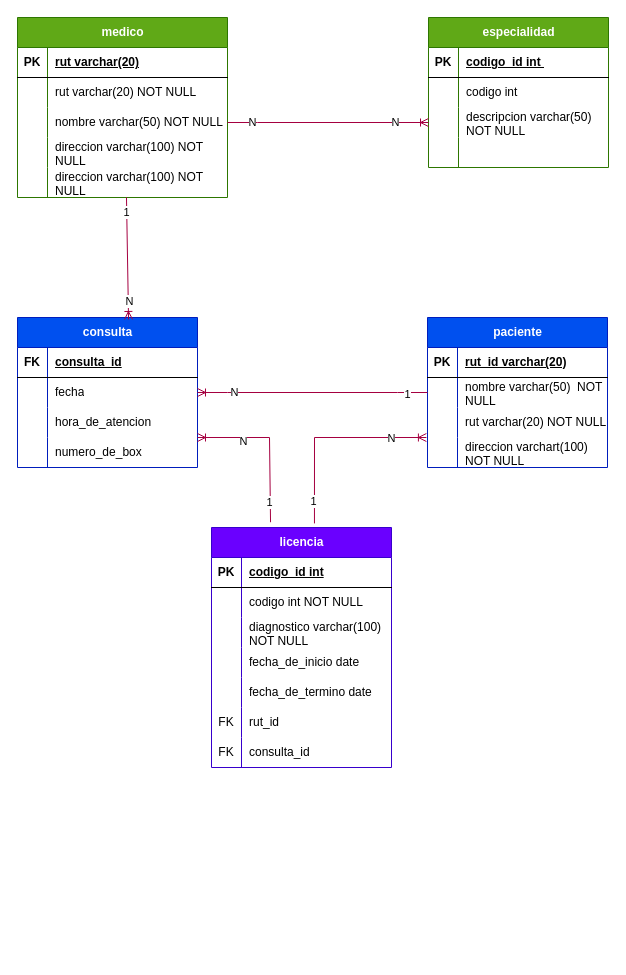
The draw.io diagram consultorio.drawio in negrovariant/prueba4sql, before the edit. Source tidied: cells renumbered, new cells numbered last; positions are measured from the earlier drawing's top-left corner, leaving out a move shared by most shapes. Both pictures are drawn from the tidied source at 100%, with x=0, y=0 at pixel (17, 17).
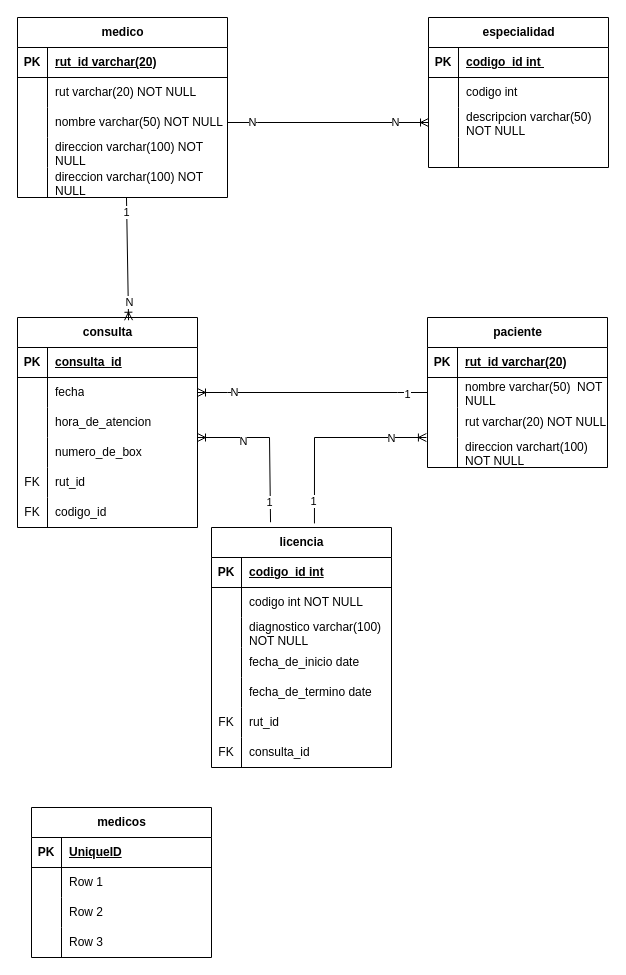
The same page after the edit.

Unchanged cells that the change refers to:
```xml
<mxCell id="3" style="shape=tableRow;horizontal=0;startSize=0;swimlaneHead=0;swimlaneBody=0;fillColor=none;top=0;left=0;right=0;bottom=1;" parent="2" vertex="1">
  <mxGeometry y="30" width="210" height="30" as="geometry" />
</mxCell>
<mxCell id="9" style="shape=tableRow;horizontal=0;startSize=0;swimlaneHead=0;swimlaneBody=0;fillColor=none;points=[[0,0.5],[1,0.5]];portConstraint=eastwest;top=0;left=0;right=0;bottom=0;" parent="2" vertex="1">
  <mxGeometry y="90" width="210" height="30" as="geometry" />
</mxCell>
<mxCell id="15" style="shape=tableRow;horizontal=0;startSize=0;swimlaneHead=0;swimlaneBody=0;fillColor=none;points=[[0,0.5],[1,0.5]];portConstraint=eastwest;top=0;left=0;right=0;bottom=0;" parent="2" vertex="1">
  <mxGeometry y="150" width="210" height="30" as="geometry" />
</mxCell>
<mxCell id="25" style="shape=tableRow;horizontal=0;startSize=0;swimlaneHead=0;swimlaneBody=0;fillColor=none;points=[[0,0.5],[1,0.5]];portConstraint=eastwest;top=0;left=0;right=0;bottom=0;" parent="18" vertex="1">
  <mxGeometry y="90" width="180" height="30" as="geometry" />
</mxCell>
<mxCell id="32" style="shape=tableRow;horizontal=0;startSize=0;swimlaneHead=0;swimlaneBody=0;fillColor=none;top=0;left=0;right=0;bottom=1;" parent="31" vertex="1">
  <mxGeometry y="30" width="180" height="30" as="geometry" />
</mxCell>
<mxCell id="35" style="shape=tableRow;horizontal=0;startSize=0;swimlaneHead=0;swimlaneBody=0;fillColor=none;points=[[0,0.5],[1,0.5]];portConstraint=eastwest;top=0;left=0;right=0;bottom=0;" parent="31" vertex="1">
  <mxGeometry y="60" width="180" height="30" as="geometry" />
</mxCell>
<mxCell id="48" style="shape=tableRow;horizontal=0;startSize=0;swimlaneHead=0;swimlaneBody=0;fillColor=none;points=[[0,0.5],[1,0.5]];portConstraint=eastwest;top=0;left=0;right=0;bottom=0;" parent="44" vertex="1">
  <mxGeometry y="60" width="180" height="30" as="geometry" />
</mxCell>
<mxCell id="54" style="shape=tableRow;horizontal=0;startSize=0;swimlaneHead=0;swimlaneBody=0;fillColor=none;points=[[0,0.5],[1,0.5]];portConstraint=eastwest;top=0;left=0;right=0;bottom=0;" parent="44" vertex="1">
  <mxGeometry y="120" width="180" height="30" as="geometry" />
</mxCell>
```

The edit, as a diff of the source:
```diff
@@
-    <mxCell id="2" value="medico" style="shape=table;startSize=30;childLayout=tableLayout;rowLines=0;fontStyle=1;align=center;html=1;fillColor=#60a917;fontColor=#ffffff;strokeColor=#2D7600;" parent="1" vertex="1">
+    <mxCell id="2" value="medico" style="shape=table;startSize=30;childLayout=tableLayout;rowLines=0;fontStyle=1;align=center;html=1;" parent="1" vertex="1">
       <mxGeometry width="210" height="180" as="geometry" />
     </mxCell>
@@
-    <mxCell id="5" value="rut varchar(20)" style="shape=partialRectangle;fillColor=none;top=0;left=0;bottom=0;right=0;align=left;spacingLeft=6;fontStyle=5;overflow=hidden;whiteSpace=wrap;html=1;" parent="3" vertex="1">
+    <mxCell id="5" value="rut_id varchar(20)" style="shape=partialRectangle;fillColor=none;top=0;left=0;bottom=0;right=0;align=left;spacingLeft=6;fontStyle=5;overflow=hidden;whiteSpace=wrap;html=1;" parent="3" vertex="1">
       <mxGeometry x="30" width="180" height="30" as="geometry" />
     </mxCell>
@@
-    <mxCell id="18" value="especialidad" style="shape=table;startSize=30;childLayout=tableLayout;rowLines=0;fontStyle=1;align=center;html=1;fillColor=#60a917;fontColor=#ffffff;strokeColor=#2D7600;" parent="1" vertex="1">
+    <mxCell id="18" value="especialidad" style="shape=table;startSize=30;childLayout=tableLayout;rowLines=0;fontStyle=1;align=center;html=1;" parent="1" vertex="1">
       <mxGeometry x="411" width="180" height="150" as="geometry" />
     </mxCell>
@@
-    <mxCell id="31" value="consulta" style="shape=table;startSize=30;childLayout=tableLayout;rowLines=0;fontStyle=1;align=center;html=1;fillColor=#0050ef;fontColor=#ffffff;strokeColor=#001DBC;" parent="1" vertex="1">
-      <mxGeometry y="300" width="180" height="150" as="geometry" />
+    <mxCell id="31" value="consulta" style="shape=table;startSize=30;childLayout=tableLayout;rowLines=0;fontStyle=1;align=center;html=1;" parent="1" vertex="1">
+      <mxGeometry y="300" width="180" height="210" as="geometry" />
     </mxCell>
@@
-    <mxCell id="33" value="FK" style="shape=partialRectangle;fillColor=none;top=0;left=0;bottom=0;right=0;fontStyle=1;overflow=hidden;whiteSpace=wrap;html=1;" parent="32" vertex="1">
+    <mxCell id="33" value="PK" style="shape=partialRectangle;fillColor=none;top=0;left=0;bottom=0;right=0;fontStyle=1;overflow=hidden;whiteSpace=wrap;html=1;" parent="32" vertex="1">
       <mxGeometry width="30" height="30" as="geometry" />
     </mxCell>
@@
+    <mxCell id="94" style="shape=tableRow;horizontal=0;startSize=0;swimlaneHead=0;swimlaneBody=0;fillColor=none;top=0;left=0;right=0;bottom=0;" parent="31" vertex="1">
+      <mxGeometry y="150" width="180" height="30" as="geometry" />
+    </mxCell>
+    <mxCell id="95" value="FK" style="shape=partialRectangle;fillColor=none;top=0;left=0;bottom=0;right=0;overflow=hidden;whiteSpace=wrap;html=1;" parent="94" vertex="1">
+      <mxGeometry width="30" height="30" as="geometry" />
+    </mxCell>
+    <mxCell id="96" value="rut_id" style="shape=partialRectangle;fillColor=none;top=0;left=0;bottom=0;right=0;align=left;spacingLeft=6;overflow=hidden;whiteSpace=wrap;html=1;" parent="94" vertex="1">
+      <mxGeometry x="30" width="150" height="30" as="geometry" />
+    </mxCell>
+    <mxCell id="97" style="shape=tableRow;horizontal=0;startSize=0;swimlaneHead=0;swimlaneBody=0;fillColor=none;top=0;left=0;right=0;bottom=0;" parent="31" vertex="1">
+      <mxGeometry y="180" width="180" height="30" as="geometry" />
+    </mxCell>
+    <mxCell id="98" value="FK" style="shape=partialRectangle;fillColor=none;top=0;left=0;bottom=0;right=0;overflow=hidden;whiteSpace=wrap;html=1;" parent="97" vertex="1">
+      <mxGeometry width="30" height="30" as="geometry" />
+    </mxCell>
+    <mxCell id="99" value="codigo_id" style="shape=partialRectangle;fillColor=none;top=0;left=0;bottom=0;right=0;align=left;spacingLeft=6;overflow=hidden;whiteSpace=wrap;html=1;" parent="97" vertex="1">
+      <mxGeometry x="30" width="150" height="30" as="geometry" />
+    </mxCell>
-    <mxCell id="44" value="paciente" style="shape=table;startSize=30;childLayout=tableLayout;rowLines=0;fontStyle=1;align=center;html=1;fillColor=#0050ef;fontColor=#ffffff;strokeColor=#001DBC;" parent="1" vertex="1">
+    <mxCell id="44" value="paciente" style="shape=table;startSize=30;childLayout=tableLayout;rowLines=0;fontStyle=1;align=center;html=1;" parent="1" vertex="1">
       <mxGeometry x="410" y="300" width="180" height="150" as="geometry" />
     </mxCell>
@@
-    <mxCell id="57" style="edgeStyle=entityRelationEdgeStyle;fontSize=12;html=1;endArrow=ERoneToMany;rounded=0;exitX=1;exitY=0.5;exitDx=0;exitDy=0;entryX=0;entryY=0.5;entryDx=0;entryDy=0;fillColor=#d80073;strokeColor=#A50040;" parent="1" edge="1" source="9" target="25">
+    <mxCell id="57" style="edgeStyle=entityRelationEdgeStyle;fontSize=12;html=1;endArrow=ERoneToMany;rounded=0;exitX=1;exitY=0.5;exitDx=0;exitDy=0;entryX=0;entryY=0.5;entryDx=0;entryDy=0;" parent="1" edge="1" source="9" target="25">
       <mxGeometry relative="1" as="geometry" />
     </mxCell>
@@
-    <mxCell id="60" style="edgeStyle=entityRelationEdgeStyle;fontSize=12;html=1;endArrow=ERoneToMany;rounded=0;exitX=0;exitY=0.5;exitDx=0;exitDy=0;entryX=1;entryY=0.5;entryDx=0;entryDy=0;fillColor=#d80073;strokeColor=#A50040;" parent="1" edge="1" source="48" target="35">
+    <mxCell id="60" style="edgeStyle=entityRelationEdgeStyle;fontSize=12;html=1;endArrow=ERoneToMany;rounded=0;exitX=0;exitY=0.5;exitDx=0;exitDy=0;entryX=1;entryY=0.5;entryDx=0;entryDy=0;" parent="1" edge="1" source="48" target="35">
       <mxGeometry relative="1" as="geometry" />
     </mxCell>
@@
-    <mxCell id="63" value="licencia" style="shape=table;startSize=30;childLayout=tableLayout;rowLines=0;fontStyle=1;align=center;html=1;fillColor=#6a00ff;fontColor=#ffffff;strokeColor=#3700CC;" parent="1" vertex="1">
+    <mxCell id="63" value="licencia" style="shape=table;startSize=30;childLayout=tableLayout;rowLines=0;fontStyle=1;align=center;html=1;" parent="1" vertex="1">
       <mxGeometry x="194" y="510" width="180" height="240" as="geometry" />
     </mxCell>
@@
-    <mxCell id="85" style="fontSize=12;html=1;endArrow=ERoneToMany;rounded=0;exitX=0.519;exitY=1;exitDx=0;exitDy=0;exitPerimeter=0;entryX=0.617;entryY=0.013;entryDx=0;entryDy=0;entryPerimeter=0;fillColor=#d80073;strokeColor=#A50040;" parent="1" edge="1" source="15" target="31">
+    <mxCell id="85" style="fontSize=12;html=1;endArrow=ERoneToMany;rounded=0;exitX=0.519;exitY=1;exitDx=0;exitDy=0;exitPerimeter=0;entryX=0.617;entryY=0.013;entryDx=0;entryDy=0;entryPerimeter=0;" parent="1" edge="1" source="15" target="31">
       <mxGeometry relative="1" as="geometry" />
     </mxCell>
@@
-    <mxCell id="88" style="fontSize=12;html=1;endArrow=ERoneToMany;rounded=0;entryX=-0.006;entryY=0;entryDx=0;entryDy=0;entryPerimeter=0;exitX=0.572;exitY=-0.017;exitDx=0;exitDy=0;exitPerimeter=0;fillColor=#d80073;strokeColor=#A50040;" parent="1" edge="1" source="63" target="54">
+    <mxCell id="88" style="fontSize=12;html=1;endArrow=ERoneToMany;rounded=0;entryX=-0.006;entryY=0;entryDx=0;entryDy=0;entryPerimeter=0;exitX=0.572;exitY=-0.017;exitDx=0;exitDy=0;exitPerimeter=0;" parent="1" edge="1" source="63" target="54">
       <mxGeometry relative="1" as="geometry">
         <Array as="points">
           <mxPoint x="297" y="420" />
         </Array>
       </mxGeometry>
     </mxCell>
@@
-    <mxCell id="91" style="fontSize=12;html=1;endArrow=ERoneToMany;rounded=0;entryX=0.328;entryY=-0.022;entryDx=0;entryDy=0;entryPerimeter=0;exitX=0.328;exitY=-0.022;exitDx=0;exitDy=0;exitPerimeter=0;fillColor=#d80073;strokeColor=#A50040;" parent="1" edge="1" source="63">
+    <mxCell id="91" style="fontSize=12;html=1;endArrow=ERoneToMany;rounded=0;entryX=0.328;entryY=-0.022;entryDx=0;entryDy=0;entryPerimeter=0;exitX=0.328;exitY=-0.022;exitDx=0;exitDy=0;exitPerimeter=0;" parent="1" edge="1" source="63">
       <mxGeometry relative="1" as="geometry">
         <mxPoint x="180" y="420" as="targetPoint" />
         <Array as="points">
           <mxPoint x="252" y="420" />
         </Array>
       </mxGeometry>
     </mxCell>
@@
+    <mxCell id="100" value="medicos" style="shape=table;startSize=30;childLayout=tableLayout;rowLines=0;fontStyle=1;align=center;html=1;" parent="1" vertex="1">
+      <mxGeometry x="14" y="790" width="180" height="150" as="geometry" />
+    </mxCell>
+    <mxCell id="101" style="shape=tableRow;horizontal=0;startSize=0;swimlaneHead=0;swimlaneBody=0;fillColor=none;top=0;left=0;right=0;bottom=1;" parent="100" vertex="1">
+      <mxGeometry y="30" width="180" height="30" as="geometry" />
+    </mxCell>
+    <mxCell id="102" value="PK" style="shape=partialRectangle;fillColor=none;top=0;left=0;bottom=0;right=0;fontStyle=1;overflow=hidden;whiteSpace=wrap;html=1;" parent="101" vertex="1">
+      <mxGeometry width="30" height="30" as="geometry" />
+    </mxCell>
+    <mxCell id="103" value="UniqueID" style="shape=partialRectangle;fillColor=none;top=0;left=0;bottom=0;right=0;align=left;spacingLeft=6;fontStyle=5;overflow=hidden;whiteSpace=wrap;html=1;" parent="101" vertex="1">
+      <mxGeometry x="30" width="150" height="30" as="geometry" />
+    </mxCell>
+    <mxCell id="104" style="shape=tableRow;horizontal=0;startSize=0;swimlaneHead=0;swimlaneBody=0;fillColor=none;top=0;left=0;right=0;bottom=0;" parent="100" vertex="1">
+      <mxGeometry y="60" width="180" height="30" as="geometry" />
+    </mxCell>
+    <mxCell id="105" style="shape=partialRectangle;fillColor=none;top=0;left=0;bottom=0;right=0;overflow=hidden;whiteSpace=wrap;html=1;" parent="104" vertex="1">
+      <mxGeometry width="30" height="30" as="geometry" />
+    </mxCell>
+    <mxCell id="106" value="Row 1" style="shape=partialRectangle;fillColor=none;top=0;left=0;bottom=0;right=0;align=left;spacingLeft=6;overflow=hidden;whiteSpace=wrap;html=1;" parent="104" vertex="1">
+      <mxGeometry x="30" width="150" height="30" as="geometry" />
+    </mxCell>
+    <mxCell id="107" style="shape=tableRow;horizontal=0;startSize=0;swimlaneHead=0;swimlaneBody=0;fillColor=none;top=0;left=0;right=0;bottom=0;" parent="100" vertex="1">
+      <mxGeometry y="90" width="180" height="30" as="geometry" />
+    </mxCell>
+    <mxCell id="108" style="shape=partialRectangle;fillColor=none;top=0;left=0;bottom=0;right=0;overflow=hidden;whiteSpace=wrap;html=1;" parent="107" vertex="1">
+      <mxGeometry width="30" height="30" as="geometry" />
+    </mxCell>
+    <mxCell id="109" value="Row 2" style="shape=partialRectangle;fillColor=none;top=0;left=0;bottom=0;right=0;align=left;spacingLeft=6;overflow=hidden;whiteSpace=wrap;html=1;" parent="107" vertex="1">
+      <mxGeometry x="30" width="150" height="30" as="geometry" />
+    </mxCell>
+    <mxCell id="110" style="shape=tableRow;horizontal=0;startSize=0;swimlaneHead=0;swimlaneBody=0;fillColor=none;top=0;left=0;right=0;bottom=0;" parent="100" vertex="1">
+      <mxGeometry y="120" width="180" height="30" as="geometry" />
+    </mxCell>
+    <mxCell id="111" style="shape=partialRectangle;fillColor=none;top=0;left=0;bottom=0;right=0;overflow=hidden;whiteSpace=wrap;html=1;" parent="110" vertex="1">
+      <mxGeometry width="30" height="30" as="geometry" />
+    </mxCell>
+    <mxCell id="112" value="Row 3" style="shape=partialRectangle;fillColor=none;top=0;left=0;bottom=0;right=0;align=left;spacingLeft=6;overflow=hidden;whiteSpace=wrap;html=1;" parent="110" vertex="1">
+      <mxGeometry x="30" width="150" height="30" as="geometry" />
+    </mxCell>
```
